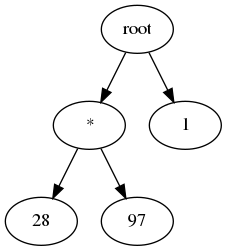
The Graphviz diagram Derivator/out.dot.png in uberpup/industrial-programming-course, before a commit. Its source is kept beside it as Derivator/out.dot. Source of this version:
```dot
digraph G {
node94193602631440 [label = root];
node94193602631248 [label = "+"]
node94193602631440 -> node94193602631248;
node94193602630864 [label = "*"]
node94193602631248 -> node94193602630864;
node94193602630672 [label = "*"]
node94193602630864 -> node94193602630672;
node94193602630480 [label = "2"]
node94193602630672 -> node94193602630480;
node94193602630576 [label = "2"]
node94193602630672 -> node94193602630576;
node94193602630768 [label = "2"]
node94193602630864 -> node94193602630768;
node94193602631152 [label = "*"]
node94193602631248 -> node94193602631152;
node94193602630960 [label = "1"]
node94193602631152 -> node94193602630960;
node94193602631056 [label = "7"]
node94193602631152 -> node94193602631056;
node94193602631344 [label = "1"]
node94193602631440 -> node94193602631344;

}
```
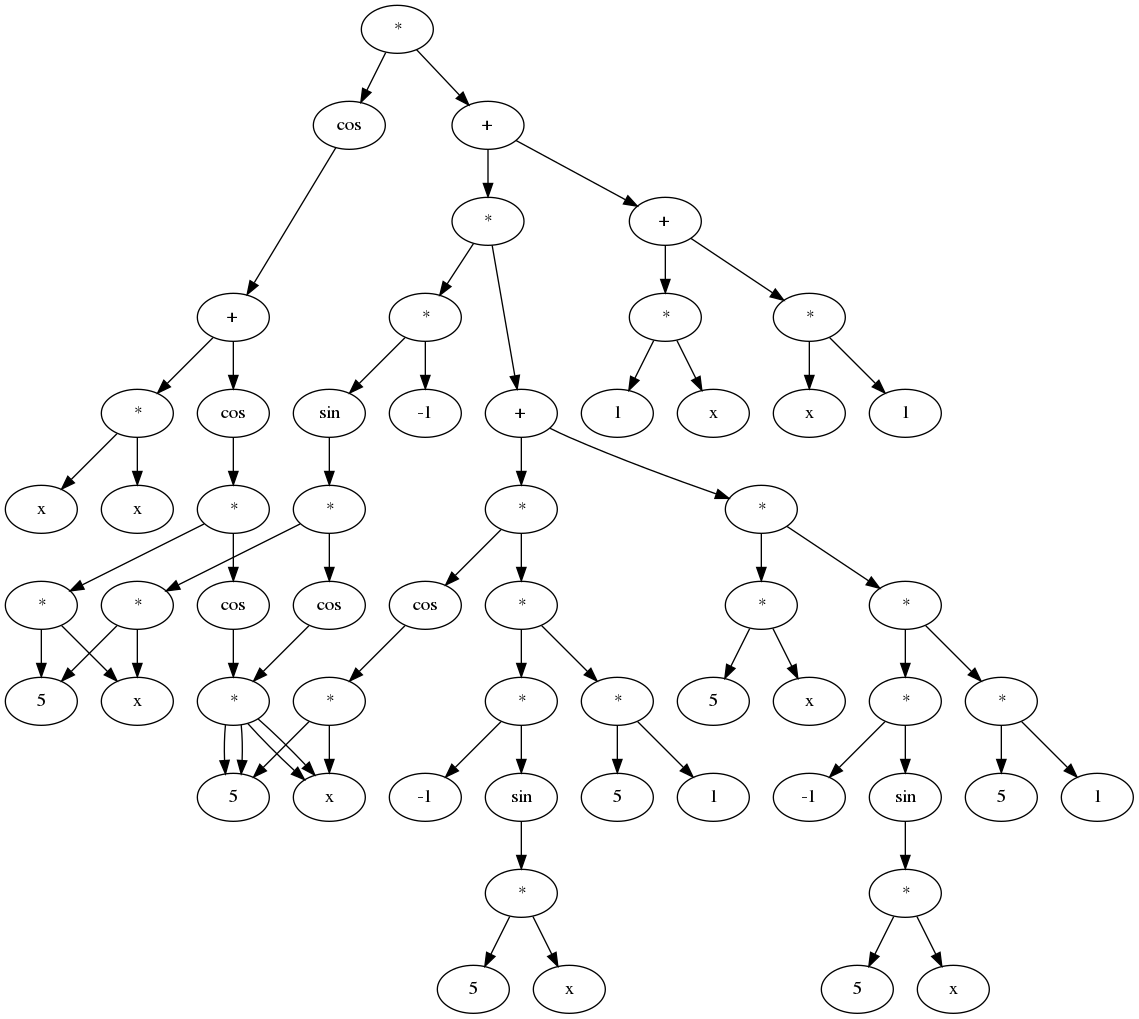
After the commit.

What changed in the source:
```diff
@@ -1,24 +1,132 @@
 digraph G {
-node94193602631440 [label = root];
-node94193602631248 [label = "+"]
-node94193602631440 -> node94193602631248;
-node94193602630864 [label = "*"]
-node94193602631248 -> node94193602630864;
-node94193602630672 [label = "*"]
-node94193602630864 -> node94193602630672;
-node94193602630480 [label = "2"]
-node94193602630672 -> node94193602630480;
-node94193602630576 [label = "2"]
-node94193602630672 -> node94193602630576;
-node94193602630768 [label = "2"]
-node94193602630864 -> node94193602630768;
-node94193602631152 [label = "*"]
-node94193602631248 -> node94193602631152;
-node94193602630960 [label = "1"]
-node94193602631152 -> node94193602630960;
-node94193602631056 [label = "7"]
-node94193602631152 -> node94193602631056;
-node94193602631344 [label = "1"]
-node94193602631440 -> node94193602631344;
+node94819019499712 [label = "*"];
+node94819019499808 [label = "cos"]
+node94819019499712 -> node94819019499808;
+node94819019499904 [label = "+"]
+node94819019499808 -> node94819019499904;
+node94819019500000 [label = "*"]
+node94819019499904 -> node94819019500000;
+node94819019494416 [label = "x"]
+node94819019500000 -> node94819019494416;
+node94819019494512 [label = "x"]
+node94819019500000 -> node94819019494512;
+node94819019500192 [label = "cos"]
+node94819019499904 -> node94819019500192;
+node94819019495376 [label = "*"]
+node94819019500192 -> node94819019495376;
+node94819019494896 [label = "*"]
+node94819019495376 -> node94819019494896;
+node94819019494704 [label = "5"]
+node94819019494896 -> node94819019494704;
+node94819019494800 [label = "x"]
+node94819019494896 -> node94819019494800;
+node94819019495280 [label = "cos"]
+node94819019495376 -> node94819019495280;
+node94819019495184 [label = "*"]
+node94819019495280 -> node94819019495184;
+node94819019494992 [label = "5"]
+node94819019495184 -> node94819019494992;
+node94819019495088 [label = "x"]
+node94819019495184 -> node94819019495088;
+node94819019500288 [label = "+"]
+node94819019499712 -> node94819019500288;
+node94819019500384 [label = "+"]
+node94819019500288 -> node94819019500384;
+node94819019496352 [label = "*"]
+node94819019500384 -> node94819019496352;
+node94819019496928 [label = "1"]
+node94819019496352 -> node94819019496928;
+node94819019497024 [label = "x"]
+node94819019496352 -> node94819019497024;
+node94819019496832 [label = "*"]
+node94819019500384 -> node94819019496832;
+node94819019496640 [label = "x"]
+node94819019496832 -> node94819019496640;
+node94819019496736 [label = "1"]
+node94819019496832 -> node94819019496736;
+node94819019496544 [label = "*"]
+node94819019500288 -> node94819019496544;
+node94819019496448 [label = "*"]
+node94819019496544 -> node94819019496448;
+node94819019497408 [label = "-1"]
+node94819019496448 -> node94819019497408;
+node94819019497120 [label = "sin"]
+node94819019496448 -> node94819019497120;
+node94819019497792 [label = "*"]
+node94819019497120 -> node94819019497792;
+node94819019497600 [label = "*"]
+node94819019497792 -> node94819019497600;
+node94819019494704 [label = "5"]
+node94819019497600 -> node94819019494704;
+node94819019494800 [label = "x"]
+node94819019497600 -> node94819019494800;
+node94819019497504 [label = "cos"]
+node94819019497792 -> node94819019497504;
+node94819019495184 [label = "*"]
+node94819019497504 -> node94819019495184;
+node94819019494992 [label = "5"]
+node94819019495184 -> node94819019494992;
+node94819019495088 [label = "x"]
+node94819019495184 -> node94819019495088;
+node94819019497312 [label = "+"]
+node94819019496544 -> node94819019497312;
+node94819019497696 [label = "*"]
+node94819019497312 -> node94819019497696;
+node94819019498656 [label = "*"]
+node94819019497696 -> node94819019498656;
+node94819019498560 [label = "*"]
+node94819019498656 -> node94819019498560;
+node94819019498176 [label = "-1"]
+node94819019498560 -> node94819019498176;
+node94819019498464 [label = "sin"]
+node94819019498560 -> node94819019498464;
+node94819019498368 [label = "*"]
+node94819019498464 -> node94819019498368;
+node94819019498752 [label = "5"]
+node94819019498368 -> node94819019498752;
+node94819019498272 [label = "x"]
+node94819019498368 -> node94819019498272;
+node94819019498848 [label = "*"]
+node94819019498656 -> node94819019498848;
+node94819019499328 [label = "5"]
+node94819019498848 -> node94819019499328;
+node94819019499232 [label = "1"]
+node94819019498848 -> node94819019499232;
+node94819019497216 [label = "cos"]
+node94819019497696 -> node94819019497216;
+node94819019497888 [label = "*"]
+node94819019497216 -> node94819019497888;
+node94819019494992 [label = "5"]
+node94819019497888 -> node94819019494992;
+node94819019495088 [label = "x"]
+node94819019497888 -> node94819019495088;
+node94819019499136 [label = "*"]
+node94819019497312 -> node94819019499136;
+node94819019498080 [label = "*"]
+node94819019499136 -> node94819019498080;
+node94819019497984 [label = "5"]
+node94819019498080 -> node94819019497984;
+node94819019499040 [label = "x"]
+node94819019498080 -> node94819019499040;
+node94819019498944 [label = "*"]
+node94819019499136 -> node94819019498944;
+node94819019499424 [label = "*"]
+node94819019498944 -> node94819019499424;
+node94819019500576 [label = "-1"]
+node94819019499424 -> node94819019500576;
+node94819019500096 [label = "sin"]
+node94819019499424 -> node94819019500096;
+node94819019499616 [label = "*"]
+node94819019500096 -> node94819019499616;
+node94819019499520 [label = "5"]
+node94819019499616 -> node94819019499520;
+node94819019500480 [label = "x"]
+node94819019499616 -> node94819019500480;
+node94819019500672 [label = "*"]
+node94819019498944 -> node94819019500672;
+node94819019500768 [label = "5"]
+node94819019500672 -> node94819019500768;
+node94819019500864 [label = "1"]
+node94819019500672 -> node94819019500864;
 
 }
```
